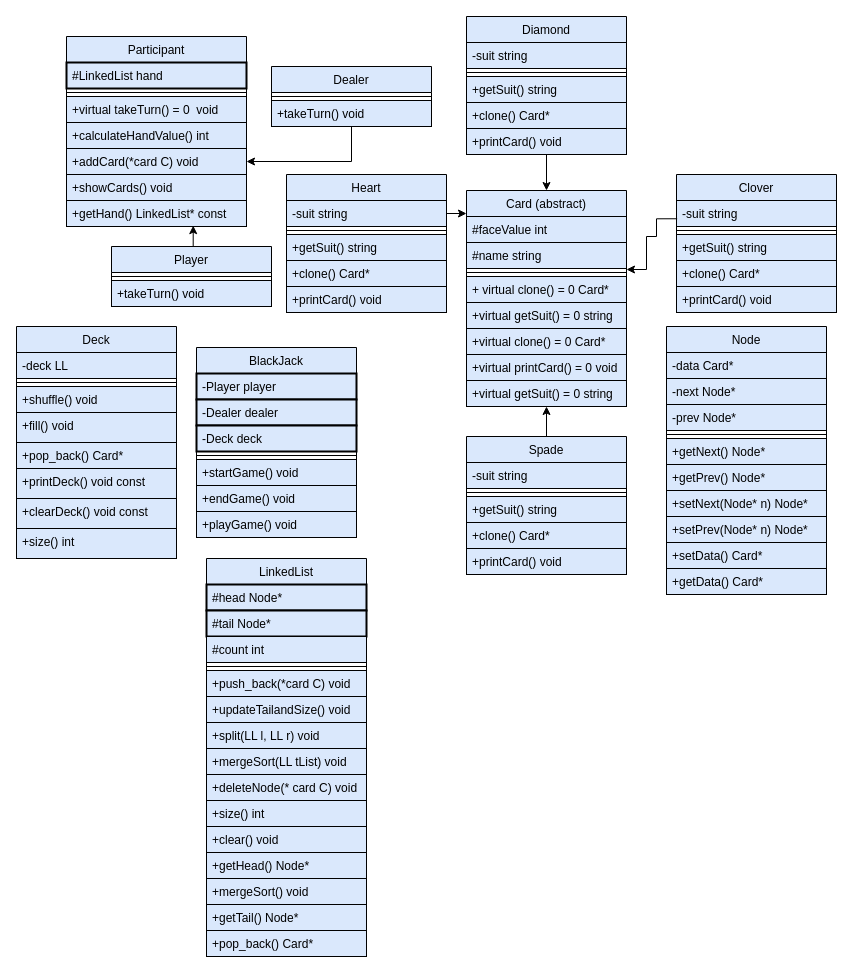
This is UMLv2.drawio from tiberiusl/Blackjack340, a draw.io file, before an edit. Source tidied: cells renumbered, new cells numbered last; positions are measured from the earlier drawing's top-left corner, leaving out a move shared by most shapes. Both pictures are drawn from the tidied source at 100%, with x=0, y=0 at pixel (16, 16).
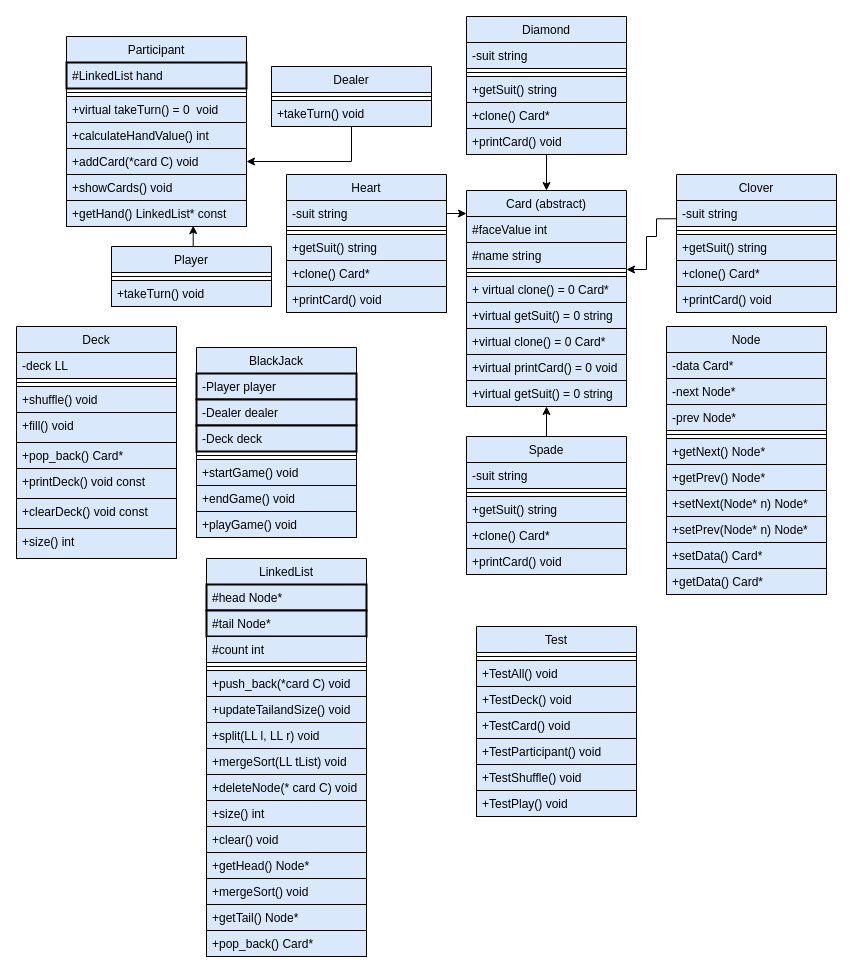
After the change.

What changed in the source:
```diff
@@
+    <mxCell id="99" value="Test" style="swimlane;fontStyle=0;align=center;verticalAlign=top;horizontal=1;startSize=26;rounded=0;shadow=0;strokeWidth=1;fillColor=#dae8fc;strokeColor=#000000;" parent="1" vertex="1">
+      <mxGeometry x="460" y="610" width="160" height="190" as="geometry" />
+    </mxCell>
+    <mxCell id="100" style="line;html=1;strokeWidth=1;align=left;verticalAlign=middle;spacingTop=-1;spacingLeft=3;spacingRight=3;labelPosition=right;fillColor=#dae8fc;strokeColor=#000000;" parent="99" vertex="1">
+      <mxGeometry y="26" width="160" height="8" as="geometry" />
+    </mxCell>
+    <mxCell id="101" value="+TestAll() void" style="text;align=left;verticalAlign=top;spacingLeft=4;spacingRight=4;overflow=hidden;fontStyle=0;fillColor=#dae8fc;strokeColor=#000000;" parent="99" vertex="1">
+      <mxGeometry y="34" width="160" height="26" as="geometry" />
+    </mxCell>
+    <mxCell id="102" value="+TestDeck() void" style="text;align=left;verticalAlign=top;spacingLeft=4;spacingRight=4;overflow=hidden;fillColor=#dae8fc;strokeColor=#000000;" parent="99" vertex="1">
+      <mxGeometry y="60" width="160" height="26" as="geometry" />
+    </mxCell>
+    <mxCell id="103" value="+TestCard() void" style="text;align=left;verticalAlign=top;spacingLeft=4;spacingRight=4;overflow=hidden;fillColor=#dae8fc;strokeColor=#000000;" parent="99" vertex="1">
+      <mxGeometry y="86" width="160" height="26" as="geometry" />
+    </mxCell>
+    <mxCell id="104" value="+TestParticipant() void" style="text;align=left;verticalAlign=top;spacingLeft=4;spacingRight=4;overflow=hidden;fillColor=#dae8fc;strokeColor=#000000;" parent="99" vertex="1">
+      <mxGeometry y="112" width="160" height="26" as="geometry" />
+    </mxCell>
+    <mxCell id="105" value="+TestShuffle() void" style="text;align=left;verticalAlign=top;spacingLeft=4;spacingRight=4;overflow=hidden;fontStyle=0;fillColor=#dae8fc;strokeColor=#000000;" parent="99" vertex="1">
+      <mxGeometry y="138" width="160" height="26" as="geometry" />
+    </mxCell>
+    <mxCell id="106" value="+TestPlay() void" style="text;align=left;verticalAlign=top;spacingLeft=4;spacingRight=4;overflow=hidden;fontStyle=0;fillColor=#dae8fc;strokeColor=#000000;" parent="99" vertex="1">
+      <mxGeometry y="164" width="160" height="26" as="geometry" />
+    </mxCell>
```
